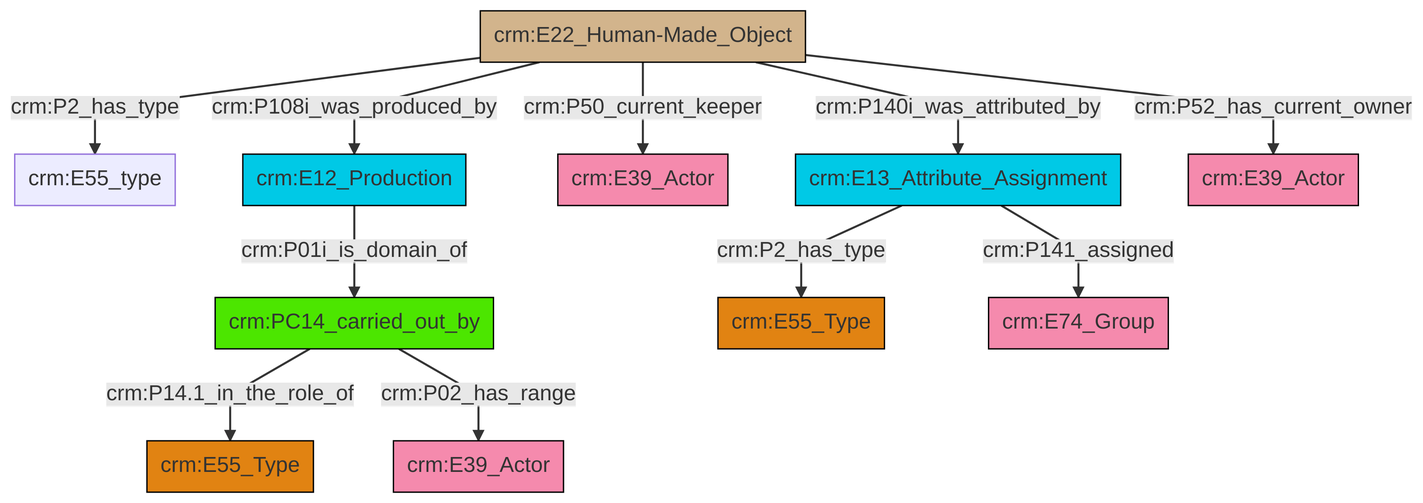
Above: et/artworkCSV/ttl/mmd/png/Artwork_Actor_Relations.png in swiss-art-research-net/docs.swissartresearch (Mermaid), before the change. Its source is kept beside it as et/artworkCSV/ttl/mmd/Artwork_Actor_Relations.ttl.mmd.
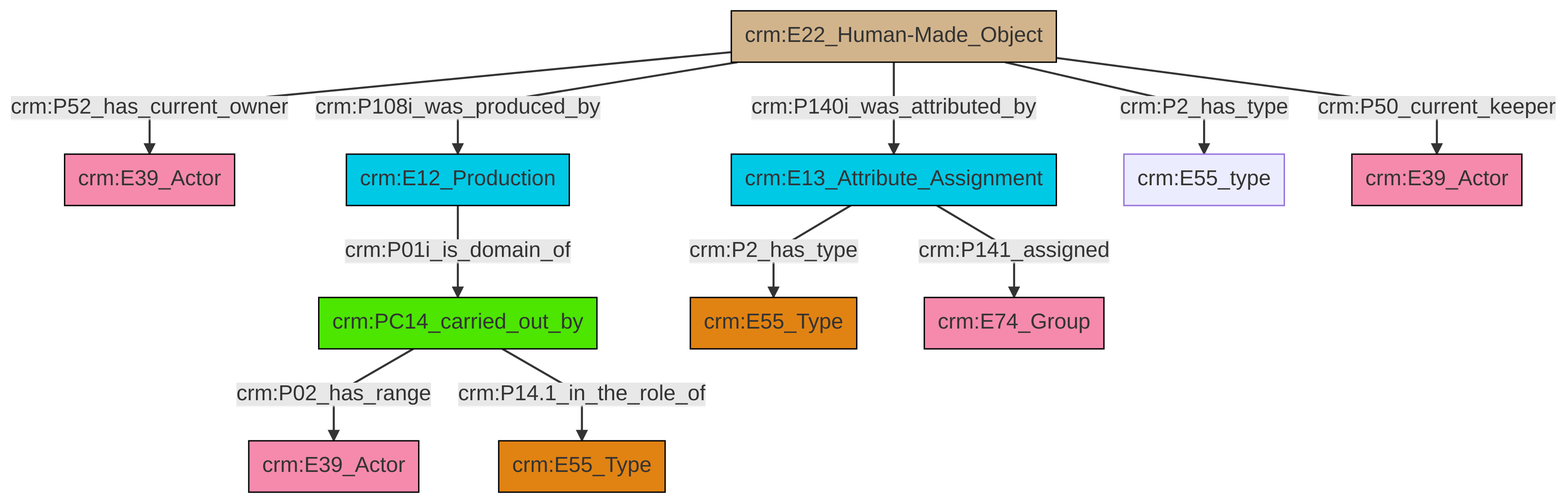
After the change.

What changed in the source:
```diff
@@ -13,13 +13,13 @@
 classDef PC_Classes fill:#4ce600, stroke:#000000;
 classDef Multi fill:#cccccc,stroke:#000000;
 
-4["crm:E22_Human-Made_Object"]:::Physical_Thing -->|crm:P108i_was_produced_by| 2["crm:E12_Production"]:::Temporal_Entity
-4["crm:E22_Human-Made_Object"]:::Physical_Thing -->|crm:P52_has_current_owner| 15["crm:E39_Actor"]:::Actor
-4["crm:E22_Human-Made_Object"]:::Physical_Thing -->|crm:P50_current_keeper| 11["crm:E39_Actor"]:::Actor
-4["crm:E22_Human-Made_Object"]:::Physical_Thing -->|crm:P140i_was_attributed_by| 13["crm:E13_Attribute_Assignment"]:::Temporal_Entity
-2["crm:E12_Production"]:::Temporal_Entity -->|crm:P01i_is_domain_of| 9["crm:PC14_carried_out_by"]:::PC_Classes
-9["crm:PC14_carried_out_by"]:::PC_Classes -->|crm:P14.1_in_the_role_of| 5["crm:E55_Type"]:::Type
-13["crm:E13_Attribute_Assignment"]:::Temporal_Entity -->|crm:P141_assigned| 19["crm:E74_Group"]:::Actor
-9["crm:PC14_carried_out_by"]:::PC_Classes -->|crm:P02_has_range| 7["crm:E39_Actor"]:::Actor
-4["crm:E22_Human-Made_Object"]:::Physical_Thing -->|crm:P2_has_type| 0["crm:E55_type"]:::Default
-13["crm:E13_Attribute_Assignment"]:::Temporal_Entity -->|crm:P2_has_type| 16["crm:E55_Type"]:::Type
+0["crm:E22_Human-Made_Object"]:::Physical_Thing -->|crm:P52_has_current_owner| 1["crm:E39_Actor"]:::Actor
+2["crm:PC14_carried_out_by"]:::PC_Classes -->|crm:P02_has_range| 3["crm:E39_Actor"]:::Actor
+0["crm:E22_Human-Made_Object"]:::Physical_Thing -->|crm:P140i_was_attributed_by| 6["crm:E13_Attribute_Assignment"]:::Temporal_Entity
+6["crm:E13_Attribute_Assignment"]:::Temporal_Entity -->|crm:P2_has_type| 7["crm:E55_Type"]:::Type
+8["crm:E12_Production"]:::Temporal_Entity -->|crm:P01i_is_domain_of| 2["crm:PC14_carried_out_by"]:::PC_Classes
+0["crm:E22_Human-Made_Object"]:::Physical_Thing -->|crm:P2_has_type| 9["crm:E55_type"]:::Default
+2["crm:PC14_carried_out_by"]:::PC_Classes -->|crm:P14.1_in_the_role_of| 10["crm:E55_Type"]:::Type
+6["crm:E13_Attribute_Assignment"]:::Temporal_Entity -->|crm:P141_assigned| 14["crm:E74_Group"]:::Actor
+0["crm:E22_Human-Made_Object"]:::Physical_Thing -->|crm:P108i_was_produced_by| 8["crm:E12_Production"]:::Temporal_Entity
+0["crm:E22_Human-Made_Object"]:::Physical_Thing -->|crm:P50_current_keeper| 20["crm:E39_Actor"]:::Actor
```
